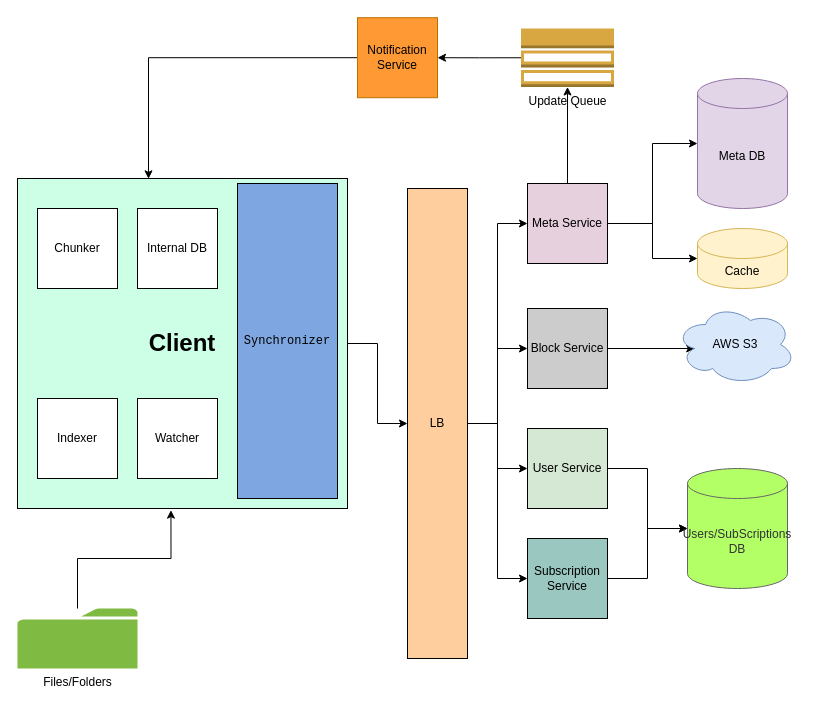
The draw.io diagram DropboxDiagram.drawio in yalankar/yalankar, before the edit. Source tidied: cells renumbered, new cells numbered last; positions are measured from the earlier drawing's top-left corner, leaving out a move shared by most shapes. Both pictures are drawn from the tidied source at 100%, with x=0, y=0 at pixel (17, 17).
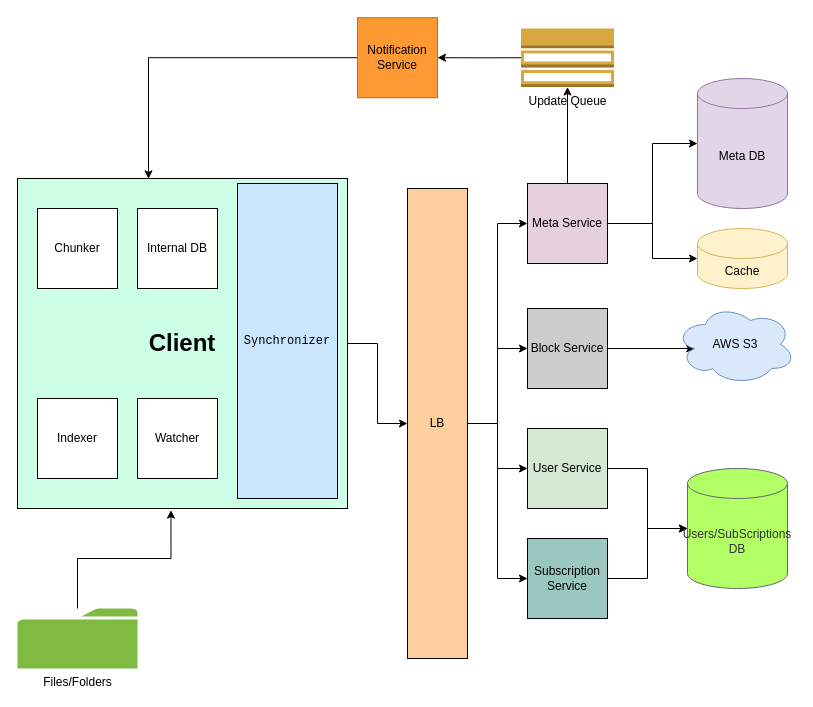
The same page after the edit.

Diff of the diagram source:
```diff
@@
-    <mxCell id="15" value="&lt;pre&gt;Synchronizer&lt;/pre&gt;" style="rounded=0;whiteSpace=wrap;html=1;fillColor=#7EA6E0;" parent="1" vertex="1">
+    <mxCell id="15" value="&lt;pre&gt;Synchronizer&lt;/pre&gt;" style="rounded=0;whiteSpace=wrap;html=1;fillColor=#CCE5FF;" parent="1" vertex="1">
       <mxGeometry x="220" y="166" width="100" height="315" as="geometry" />
     </mxCell>
```
